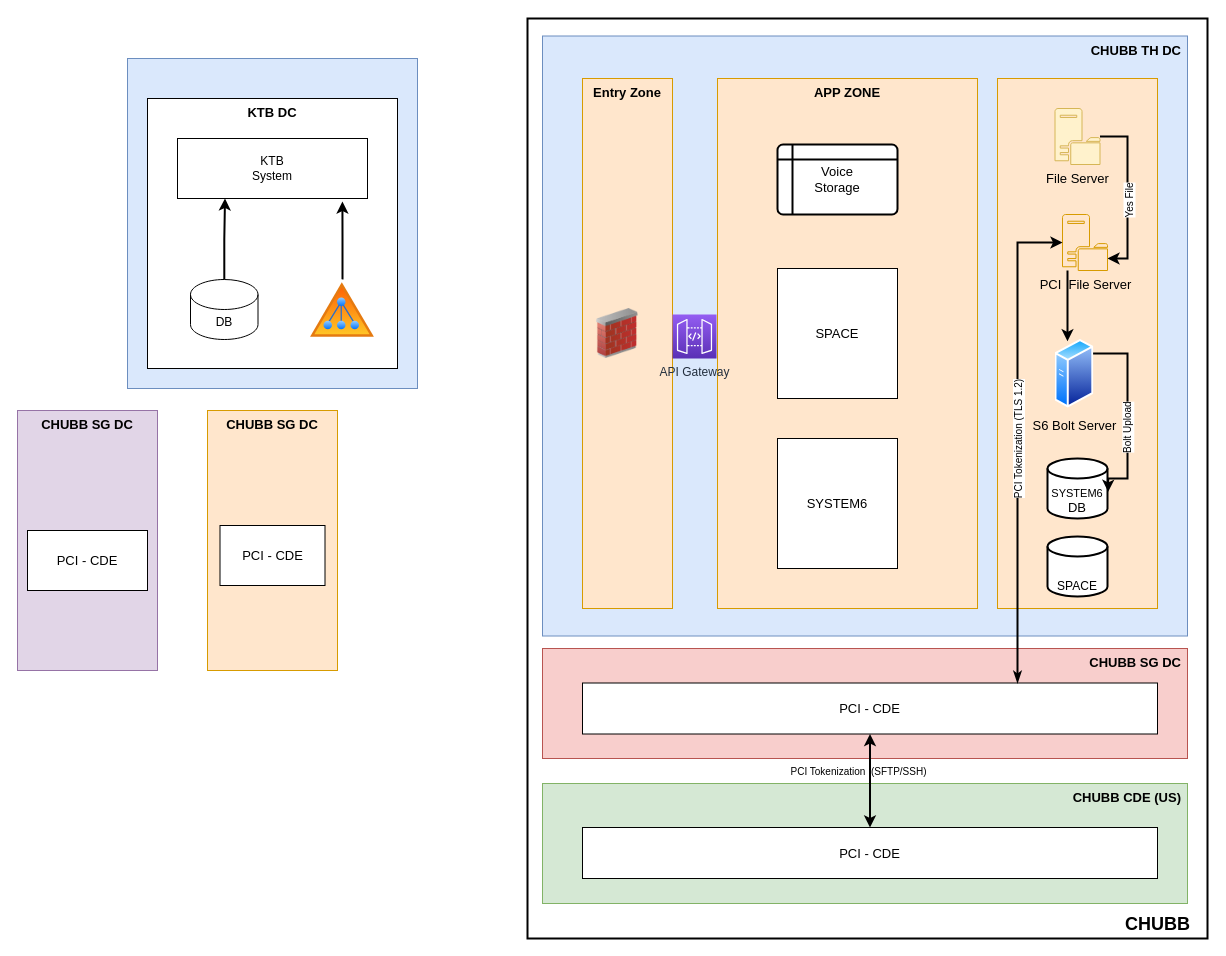
Earlier version of the draw.io diagram KTB.drawio (saileshsharma/saileshsharma). Source tidied: cells renumbered, new cells numbered last; positions are measured from the earlier drawing's top-left corner, leaving out a move shared by most shapes. Both pictures are drawn from the tidied source at 100%, with x=0, y=0 at pixel (17, 18).
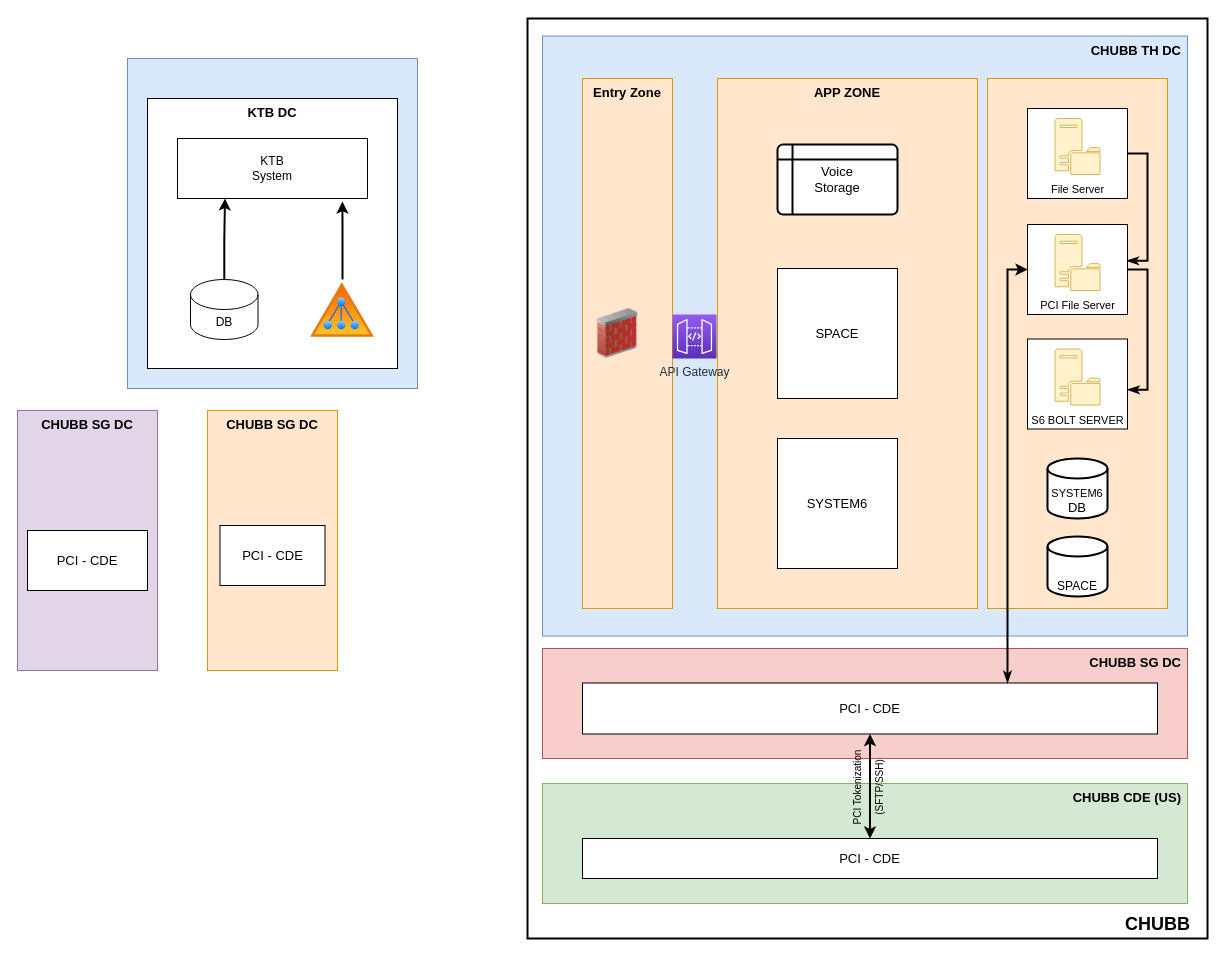
Above is the later version.

The change refers to these unchanged cells:
```xml
<mxCell id="21" value="&lt;span style=&quot;font-size: 11px;&quot;&gt;SYSTEM6&lt;br&gt;&lt;/span&gt;DB" style="strokeWidth=2;html=1;shape=mxgraph.flowchart.database;whiteSpace=wrap;fontSize=13;fillColor=default;verticalAlign=bottom;" parent="1" vertex="1">
  <mxGeometry x="1030" y="440" width="60" height="60" as="geometry" />
</mxCell>
<mxCell id="35" value="PCI - CDE" style="rounded=0;whiteSpace=wrap;html=1;fontSize=13;fillColor=default;" parent="1" vertex="1">
  <mxGeometry x="565" y="664.5" width="575" height="51" as="geometry" />
</mxCell>
<mxCell id="36" style="edgeStyle=orthogonalEdgeStyle;rounded=0;jettySize=auto;html=1;entryX=0.5;entryY=1;entryDx=0;entryDy=0;fontSize=18;strokeWidth=2;endArrow=classic;endFill=1;startArrow=classic;startFill=1;" parent="1" edge="1" source="38" target="35">
  <mxGeometry relative="1" as="geometry" />
</mxCell>
```

The edit, as a diff of the source:
```diff
@@
     <mxCell id="18" style="rounded=0;whiteSpace=wrap;html=1;verticalAlign=top;fontStyle=1;fontSize=13;fillColor=#ffe6cc;strokeColor=#d79b00;" parent="1" vertex="1">
-      <mxGeometry x="980" y="60" width="160" height="530" as="geometry" />
+      <mxGeometry x="970" y="60" width="180" height="530" as="geometry" />
     </mxCell>
@@
-    <mxCell id="24" style="edgeStyle=orthogonalEdgeStyle;rounded=0;jettySize=auto;html=1;fontSize=12;strokeWidth=2;" parent="1" edge="1" source="26" target="28">
-      <mxGeometry relative="1" as="geometry">
-        <Array as="points">
-          <mxPoint x="1110" y="118" />
-          <mxPoint x="1110" y="240" />
-        </Array>
-      </mxGeometry>
-    </mxCell>
-    <mxCell id="25" value="Yes File" style="edgeLabel;html=1;align=center;verticalAlign=middle;fontSize=10;rotation=270;" parent="24" vertex="1">
-      <mxGeometry x="0.1" y="1" relative="1" as="geometry" />
-    </mxCell>
-    <mxCell id="26" value="File Server" style="sketch=0;shadow=0;dashed=0;html=1;strokeColor=#d6b656;fillColor=#fff2cc;labelPosition=center;verticalLabelPosition=bottom;verticalAlign=top;outlineConnect=0;align=center;shape=mxgraph.office.servers.file_server;fontSize=13;" parent="1" vertex="1">
-      <mxGeometry x="1037.5" y="90" width="45" height="56" as="geometry" />
-    </mxCell>
-    <mxCell id="27" style="edgeStyle=orthogonalEdgeStyle;rounded=0;jettySize=auto;html=1;fontSize=12;strokeWidth=2;" parent="1" edge="1" source="28" target="31">
-      <mxGeometry relative="1" as="geometry">
-        <Array as="points">
-          <mxPoint x="1050" y="290" />
-          <mxPoint x="1050" y="290" />
-        </Array>
-      </mxGeometry>
-    </mxCell>
-    <mxCell id="28" value="PCI&amp;nbsp; File Server" style="sketch=0;shadow=0;dashed=0;html=1;strokeColor=#d79b00;fillColor=#ffe6cc;labelPosition=center;verticalLabelPosition=bottom;verticalAlign=top;outlineConnect=0;align=center;shape=mxgraph.office.servers.file_server;fontSize=13;" parent="1" vertex="1">
-      <mxGeometry x="1045" y="196" width="45" height="56" as="geometry" />
-    </mxCell>
-    <mxCell id="29" style="edgeStyle=orthogonalEdgeStyle;rounded=0;jettySize=auto;html=1;entryX=1.011;entryY=0.556;entryDx=0;entryDy=0;entryPerimeter=0;fontSize=12;strokeWidth=2;" parent="1" edge="1" source="31" target="21">
-      <mxGeometry relative="1" as="geometry">
-        <Array as="points">
-          <mxPoint x="1110" y="335" />
-          <mxPoint x="1110" y="460" />
-        </Array>
-      </mxGeometry>
-    </mxCell>
-    <mxCell id="30" value="Bolt Upload" style="edgeLabel;html=1;align=center;verticalAlign=middle;fontSize=10;rotation=270;" parent="29" vertex="1">
-      <mxGeometry x="0.16" relative="1" as="geometry" />
-    </mxCell>
-    <mxCell id="31" value="S6 Bolt Server" style="perimeter=ellipsePerimeter;html=1;align=center;shadow=0;dashed=0;spacingTop=3;image;image=img/lib/active_directory/generic_server.svg;fontSize=13;fillColor=#6666FF;labelBackgroundColor=none;" parent="1" vertex="1">
-      <mxGeometry x="1037.5" y="320.5" width="38.8" height="69.4" as="geometry" />
-    </mxCell>
@@
-    <mxCell id="37" value="&lt;font style=&quot;font-size: 10px;&quot;&gt;PCI Tokenization&amp;nbsp; (SFTP/SSH)&lt;/font&gt;" style="edgeLabel;html=1;align=center;verticalAlign=middle;fontSize=18;labelBackgroundColor=none;" parent="36" vertex="1">
+    <mxCell id="37" value="&lt;font style=&quot;font-size: 10px;&quot;&gt;PCI Tokenization&lt;br&gt;(SFTP/SSH)&lt;/font&gt;" style="edgeLabel;html=1;align=center;verticalAlign=middle;fontSize=18;labelBackgroundColor=none;rotation=270;" parent="36" vertex="1">
       <mxGeometry x="0.13" y="-1" relative="1" as="geometry">
-        <mxPoint x="-13" y="-6" as="offset" />
+        <mxPoint x="-6" y="9" as="offset" />
       </mxGeometry>
     </mxCell>
     <mxCell id="38" value="PCI - CDE" style="rounded=0;whiteSpace=wrap;html=1;fontSize=13;fillColor=default;" parent="1" vertex="1">
-      <mxGeometry x="565" y="809" width="575" height="51" as="geometry" />
+      <mxGeometry x="565" y="820" width="575" height="40" as="geometry" />
     </mxCell>
-    <mxCell id="39" style="edgeStyle=orthogonalEdgeStyle;rounded=0;jettySize=auto;html=1;fontSize=10;startArrow=classic;startFill=1;endArrow=classicThin;endFill=1;strokeWidth=2;" parent="1" edge="1" source="28" target="35">
-      <mxGeometry relative="1" as="geometry">
-        <Array as="points">
-          <mxPoint x="1000" y="224" />
-        </Array>
-      </mxGeometry>
-    </mxCell>
-    <mxCell id="40" value="PCI Tokenization (TLS 1.2)" style="edgeLabel;html=1;align=center;verticalAlign=middle;fontSize=10;rotation=270;" parent="39" vertex="1">
-      <mxGeometry relative="1" as="geometry" />
-    </mxCell>
+    <mxCell id="41" style="edgeStyle=orthogonalEdgeStyle;rounded=0;jettySize=auto;html=1;entryX=0.993;entryY=0.403;entryDx=0;entryDy=0;entryPerimeter=0;fontSize=11;startArrow=none;startFill=0;endArrow=classicThin;endFill=1;strokeWidth=2;" parent="1" edge="1" source="42" target="45">
+      <mxGeometry relative="1" as="geometry">
+        <Array as="points">
+          <mxPoint x="1130" y="135" />
+          <mxPoint x="1130" y="242" />
+        </Array>
+      </mxGeometry>
+    </mxCell>
+    <mxCell id="42" style="rounded=0;whiteSpace=wrap;html=1;labelBackgroundColor=default;fontSize=10;strokeColor=#000000;strokeWidth=1;fillColor=default;" parent="1" vertex="1">
+      <mxGeometry x="1010" y="90" width="100" height="90" as="geometry" />
+    </mxCell>
+    <mxCell id="26" value="&lt;font style=&quot;font-size: 11px;&quot;&gt;File Server&lt;/font&gt;" style="sketch=0;shadow=0;dashed=0;html=1;strokeColor=#d6b656;fillColor=#fff2cc;labelPosition=center;verticalLabelPosition=bottom;verticalAlign=top;outlineConnect=0;align=center;shape=mxgraph.office.servers.file_server;fontSize=13;" parent="1" vertex="1">
+      <mxGeometry x="1037.5" y="100" width="45" height="56" as="geometry" />
+    </mxCell>
+    <mxCell id="43" style="edgeStyle=orthogonalEdgeStyle;rounded=0;jettySize=auto;html=1;entryX=1;entryY=0.564;entryDx=0;entryDy=0;entryPerimeter=0;fontSize=11;startArrow=none;startFill=0;endArrow=classicThin;endFill=1;strokeWidth=2;" parent="1" edge="1" source="45" target="46">
+      <mxGeometry relative="1" as="geometry">
+        <Array as="points">
+          <mxPoint x="1130" y="251" />
+          <mxPoint x="1130" y="371" />
+        </Array>
+      </mxGeometry>
+    </mxCell>
+    <mxCell id="44" style="edgeStyle=orthogonalEdgeStyle;rounded=0;jettySize=auto;html=1;fontSize=11;startArrow=classic;startFill=1;endArrow=classicThin;endFill=1;strokeWidth=2;" parent="1" edge="1" source="45" target="35">
+      <mxGeometry relative="1" as="geometry">
+        <Array as="points">
+          <mxPoint x="990" y="251" />
+        </Array>
+      </mxGeometry>
+    </mxCell>
+    <mxCell id="45" style="rounded=0;whiteSpace=wrap;html=1;labelBackgroundColor=default;fontSize=10;strokeColor=#000000;strokeWidth=1;fillColor=default;" parent="1" vertex="1">
+      <mxGeometry x="1010" y="206" width="100" height="90" as="geometry" />
+    </mxCell>
+    <mxCell id="28" value="&lt;font style=&quot;font-size: 11px;&quot;&gt;PCI File Server&lt;/font&gt;" style="sketch=0;shadow=0;dashed=0;html=1;strokeColor=#d6b656;fillColor=#fff2cc;labelPosition=center;verticalLabelPosition=bottom;verticalAlign=top;outlineConnect=0;align=center;shape=mxgraph.office.servers.file_server;fontSize=13;" parent="1" vertex="1">
+      <mxGeometry x="1037.5" y="216" width="45" height="56" as="geometry" />
+    </mxCell>
+    <mxCell id="46" style="rounded=0;whiteSpace=wrap;html=1;labelBackgroundColor=default;fontSize=10;strokeColor=#000000;strokeWidth=1;fillColor=default;" parent="1" vertex="1">
+      <mxGeometry x="1010" y="320.5" width="100" height="90" as="geometry" />
+    </mxCell>
+    <mxCell id="47" value="&lt;font style=&quot;font-size: 11px;&quot;&gt;S6 BOLT SERVER&lt;/font&gt;" style="sketch=0;shadow=0;dashed=0;html=1;strokeColor=#d6b656;fillColor=#fff2cc;labelPosition=center;verticalLabelPosition=bottom;verticalAlign=top;align=center;shape=mxgraph.office.servers.file_server;fontSize=13;" parent="1" vertex="1">
+      <mxGeometry x="1037.5" y="330.5" width="45" height="56" as="geometry" />
+    </mxCell>
```
